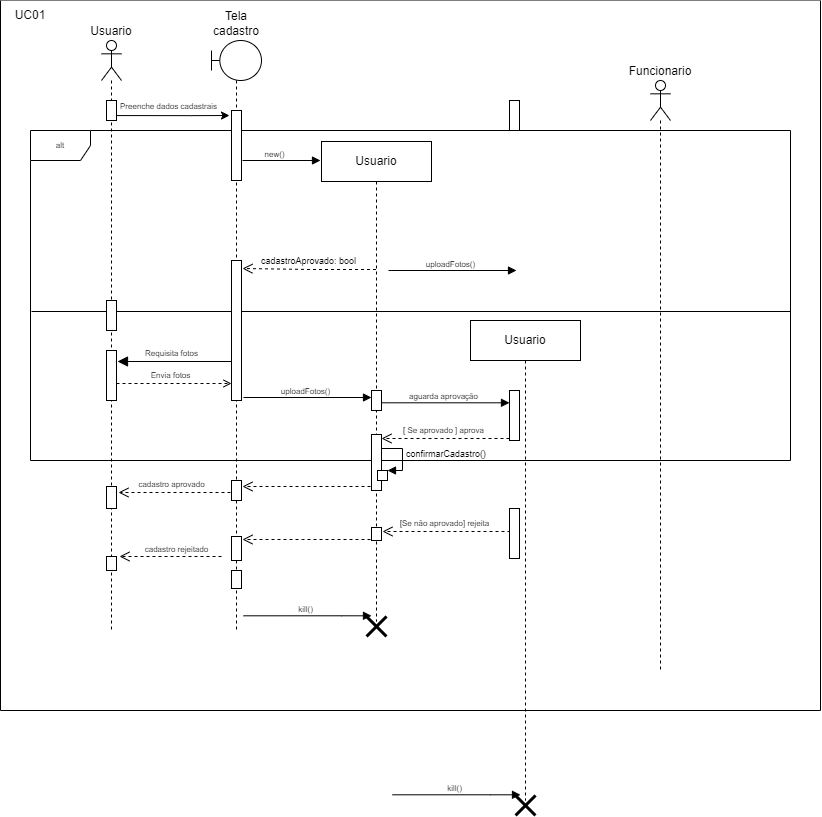
EijiDogen/BrainForHire keeps this draw.io diagram as diagramasDeSequenciaCompletos/1. CadastraNoSistemaR1.drawio.png. Above is the earlier version. Source tidied: cells renumbered, new cells last; positions are measured from the earlier drawing's top-left corner, leaving out a move shared by most shapes.
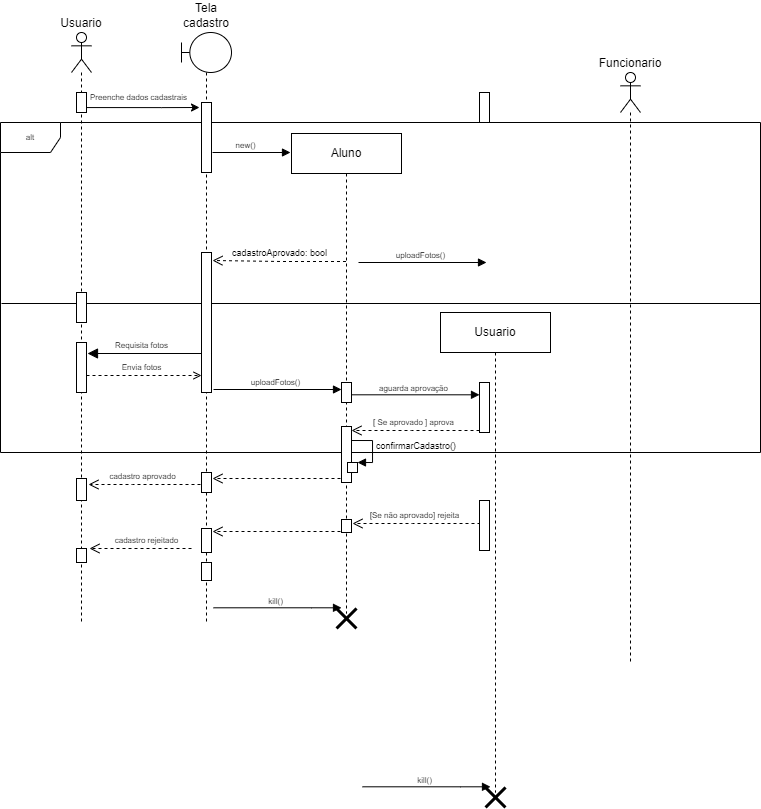
After the change.

What changed in the source:
```diff
@@ -1,13 +1,6 @@
 <mxGraphModel>
   <root>
     <mxCell id="0" />
-    <mxCell id="1" value="Fundo" parent="0" />
-    <mxCell id="2" style="swimlane;startSize=0;fillColor=default;gradientColor=none;swimlaneLine=1;swimlaneFillColor=#FFFFFF;" parent="1" vertex="1">
-      <mxGeometry width="820" height="710" as="geometry" />
-    </mxCell>
-    <mxCell id="3" value="UC01" style="text;html=1;strokeColor=none;fillColor=none;align=center;verticalAlign=middle;whiteSpace=wrap;rounded=0;" parent="2" vertex="1">
-      <mxGeometry width="60" height="30" as="geometry" />
-    </mxCell>
     <mxCell id="4" value="Frames" parent="0" />
     <mxCell id="5" value="Requisita fotos" style="html=1;verticalAlign=bottom;endArrow=block;endSize=8;rounded=0;fontSize=8;endFill=1;" parent="4" edge="1">
       <mxGeometry x="0.09" relative="1" as="geometry">
@@ -45,7 +38,7 @@
     <mxCell id="13" value="Funcionario&lt;br&gt;" style="shape=umlLifeline;participant=umlActor;perimeter=lifelinePerimeter;whiteSpace=wrap;html=1;verticalAlign=bottom;spacingTop=36;labelPosition=center;verticalLabelPosition=top;align=center;" parent="10" vertex="1">
       <mxGeometry x="650" y="80" width="20" height="590" as="geometry" />
     </mxCell>
-    <mxCell id="14" value="Usuario" style="shape=umlLifeline;perimeter=lifelinePerimeter;whiteSpace=wrap;html=1;" parent="10" vertex="1">
+    <mxCell id="14" value="Aluno" style="shape=umlLifeline;perimeter=lifelinePerimeter;whiteSpace=wrap;html=1;" parent="10" vertex="1">
       <mxGeometry x="321" y="141" width="110" height="480" as="geometry" />
     </mxCell>
     <mxCell id="15" value="verificarExiste()" style="edgeStyle=orthogonalEdgeStyle;html=1;align=left;spacingLeft=2;endArrow=block;rounded=0;entryX=1;entryY=0;fontSize=9;" parent="14" edge="1">
```
